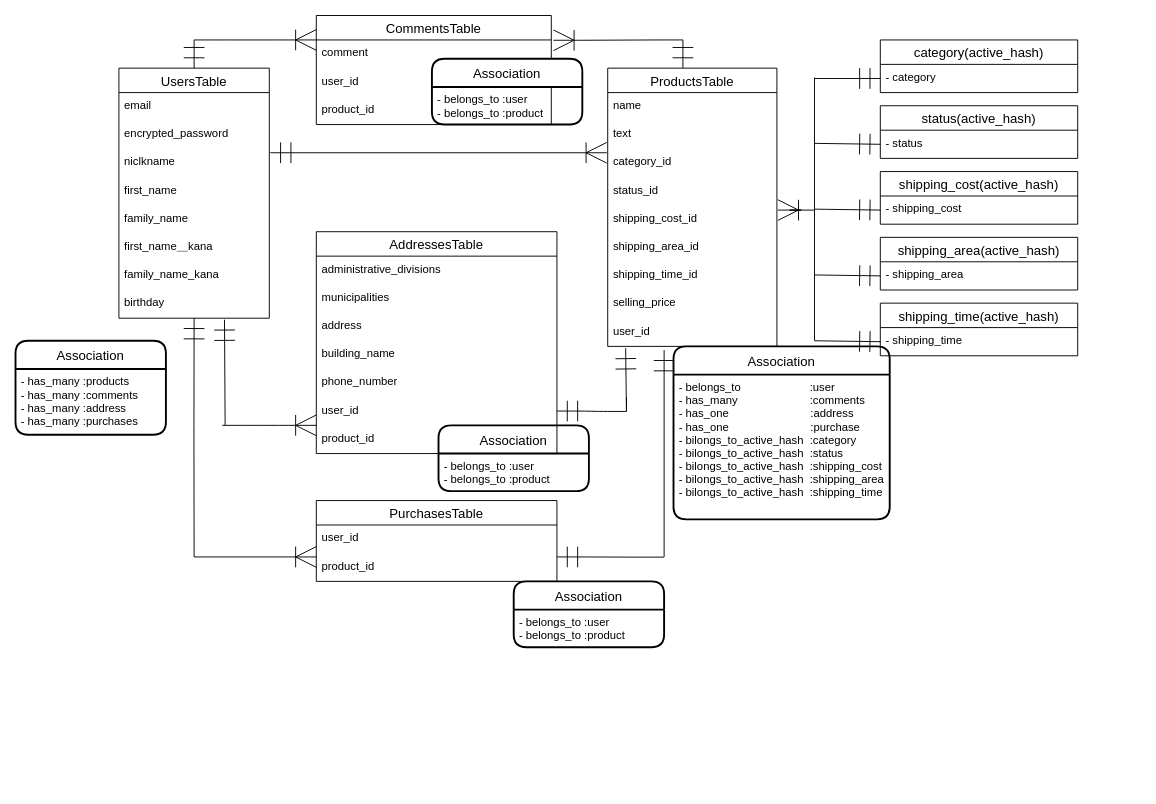
Before: ER.dio in wakachico/furima-36117, a draw.io diagram. Source tidied: cells renumbered, new cells numbered last; positions are measured from the earlier drawing's top-left corner, leaving out a move shared by most shapes. Both pictures are drawn from the tidied source at 94%, with x=0, y=0 at pixel (15, 15).
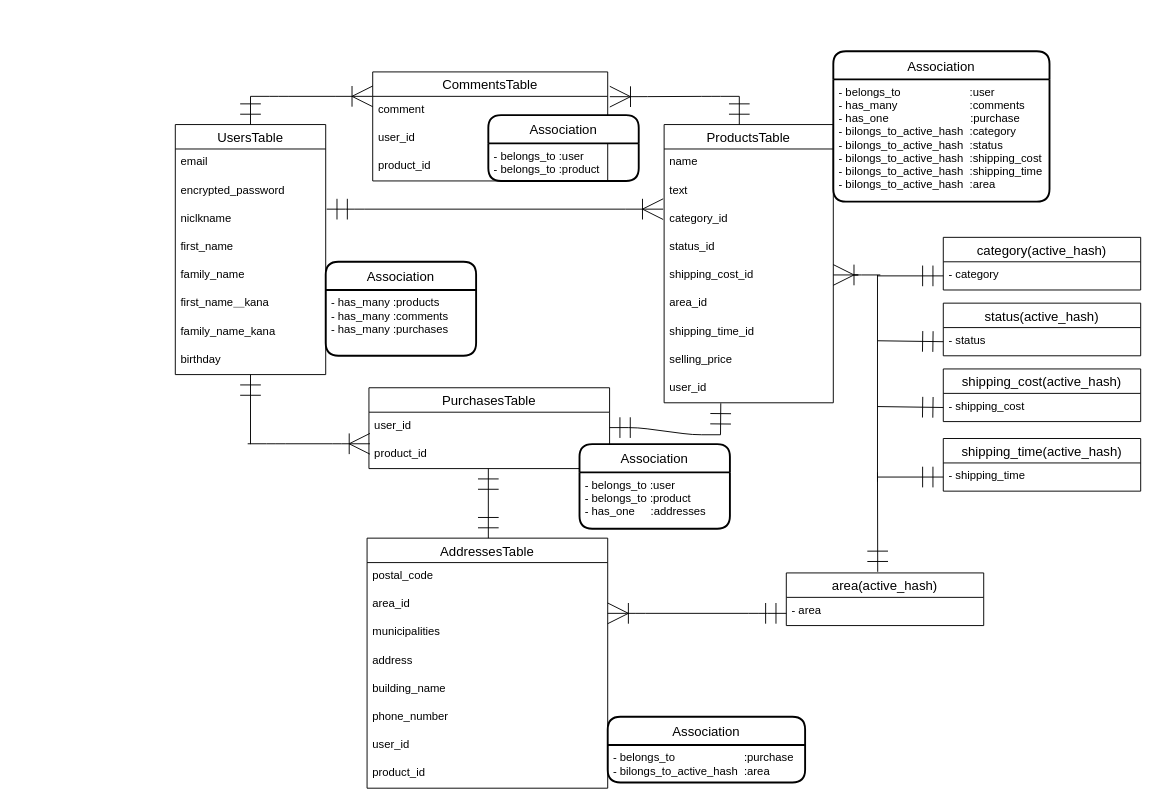
The same diagram, later.

Commit message (it also covers changes not shown here):
レビュー修正３

Unchanged cells that the change refers to:
```xml
<mxCell id="10" value="birthday" style="text;strokeColor=none;fillColor=none;spacingLeft=4;spacingRight=4;overflow=hidden;points=[[0,0.5],[1,0.5]];portConstraint=eastwest;fontSize=12;" parent="2" vertex="1">
  <mxGeometry y="236" width="160" height="30" as="geometry" />
</mxCell>
<mxCell id="20" value="user_id" style="text;strokeColor=none;fillColor=none;spacingLeft=4;spacingRight=4;overflow=hidden;points=[[0,0.5],[1,0.5]];portConstraint=eastwest;fontSize=12;" parent="11" vertex="1">
  <mxGeometry y="266" width="180" height="30" as="geometry" />
</mxCell>
<mxCell id="30" value="comment" style="text;strokeColor=none;fillColor=none;spacingLeft=4;spacingRight=4;overflow=hidden;points=[[0,0.5],[1,0.5]];portConstraint=eastwest;fontSize=12;" parent="29" vertex="1">
  <mxGeometry y="26" width="250" height="30" as="geometry" />
</mxCell>
<mxCell id="60" value="- category" style="text;strokeColor=none;fillColor=none;spacingLeft=4;spacingRight=4;overflow=hidden;points=[[0,0.5],[1,0.5]];portConstraint=eastwest;fontSize=12;" parent="59" vertex="1">
  <mxGeometry y="26" width="210" height="30" as="geometry" />
</mxCell>
<mxCell id="62" value="- status" style="text;strokeColor=none;fillColor=none;spacingLeft=4;spacingRight=4;overflow=hidden;points=[[0,0.5],[1,0.5]];portConstraint=eastwest;fontSize=12;" parent="61" vertex="1">
  <mxGeometry y="26" width="210" height="30" as="geometry" />
</mxCell>
<mxCell id="64" value="- shipping_cost" style="text;strokeColor=none;fillColor=none;spacingLeft=4;spacingRight=4;overflow=hidden;points=[[0,0.5],[1,0.5]];portConstraint=eastwest;fontSize=12;" parent="63" vertex="1">
  <mxGeometry y="26" width="210" height="30" as="geometry" />
</mxCell>
<mxCell id="68" value="- shipping_time" style="text;strokeColor=none;fillColor=none;spacingLeft=4;spacingRight=4;overflow=hidden;points=[[0,0.5],[1,0.5]];portConstraint=eastwest;fontSize=12;" parent="67" vertex="1">
  <mxGeometry y="26" width="210" height="30" as="geometry" />
</mxCell>
```

Change to the diagram source:
```diff
@@
     <mxCell id="2" value="UsersTable" style="swimlane;fontStyle=0;horizontal=1;startSize=26;align=center;fontSize=14;verticalAlign=middle;" parent="1" vertex="1">
-      <mxGeometry x="110" y="56" width="160" height="266" as="geometry" />
+      <mxGeometry x="170" y="116" width="160" height="266" as="geometry" />
     </mxCell>
@@
     <mxCell id="11" value="ProductsTable" style="swimlane;fontStyle=0;horizontal=1;startSize=26;align=center;fontSize=14;" parent="1" vertex="1">
-      <mxGeometry x="630" y="56" width="180" height="296" as="geometry" />
+      <mxGeometry x="690" y="116" width="180" height="296" as="geometry" />
     </mxCell>
@@
-    <mxCell id="17" value="shipping_area_id" style="text;strokeColor=none;fillColor=none;spacingLeft=4;spacingRight=4;overflow=hidden;fontSize=12;" parent="11" vertex="1">
+    <mxCell id="17" value="area_id" style="text;strokeColor=none;fillColor=none;spacingLeft=4;spacingRight=4;overflow=hidden;fontSize=12;" parent="11" vertex="1">
       <mxGeometry y="176" width="180" height="30" as="geometry" />
     </mxCell>
@@
     <mxCell id="21" value="PurchasesTable" style="swimlane;fontStyle=0;horizontal=1;startSize=26;align=center;fontSize=14;" parent="1" vertex="1">
-      <mxGeometry x="320" y="516" width="256" height="86" as="geometry" />
+      <mxGeometry x="376" y="396" width="256" height="86" as="geometry" />
     </mxCell>
@@
     <mxCell id="24" style="edgeStyle=entityRelationEdgeStyle;fontSize=12;html=1;endArrow=ERoneToMany;startArrow=ERmandOne;endSize=20;startSize=20;" parent="1" edge="1">
       <mxGeometry relative="1" as="geometry">
-        <mxPoint x="271" y="146" as="sourcePoint" />
-        <mxPoint x="629" y="146" as="targetPoint" />
+        <mxPoint x="331" y="206" as="sourcePoint" />
+        <mxPoint x="689" y="206" as="targetPoint" />
       </mxGeometry>
     </mxCell>
     <mxCell id="25" style="edgeStyle=entityRelationEdgeStyle;fontSize=12;html=1;endArrow=none;startSize=20;endSize=20;startArrow=ERmandOne;startFill=0;endFill=0;" parent="1" edge="1">
       <mxGeometry relative="1" as="geometry">
-        <mxPoint x="576" y="420.8" as="sourcePoint" />
-        <mxPoint x="650" y="421.2" as="targetPoint" />
+        <mxPoint x="632" y="438.4" as="sourcePoint" />
+        <mxPoint x="750" y="446" as="targetPoint" />
       </mxGeometry>
     </mxCell>
-    <mxCell id="26" style="edgeStyle=entityRelationEdgeStyle;fontSize=12;html=1;endArrow=ERoneToMany;startSize=20;endSize=20;" parent="1" edge="1">
-      <mxGeometry relative="1" as="geometry">
-        <mxPoint x="220" y="436" as="sourcePoint" />
-        <mxPoint x="320" y="436" as="targetPoint" />
-      </mxGeometry>
-    </mxCell>
-    <mxCell id="27" style="endArrow=none;html=1;fontSize=11;startSize=20;endSize=20;exitX=0.702;exitY=1.054;exitDx=0;exitDy=0;exitPerimeter=0;startArrow=ERmandOne;startFill=0;" parent="1" edge="1" source="10">
-      <mxGeometry relative="1" as="geometry">
-        <mxPoint x="223" y="436" as="targetPoint" />
-        <Array as="points">
-          <mxPoint x="223" y="436" />
-        </Array>
-      </mxGeometry>
-    </mxCell>
-    <mxCell id="28" style="endArrow=none;html=1;fontSize=11;startSize=20;endSize=20;startArrow=ERmandOne;startFill=0;exitX=0.106;exitY=1.067;exitDx=0;exitDy=0;exitPerimeter=0;" parent="1" edge="1" source="20">
+    <mxCell id="28" style="endArrow=none;html=1;fontSize=11;startSize=20;endSize=20;startArrow=ERmandOne;startFill=0;exitX=0.335;exitY=1.017;exitDx=0;exitDy=0;exitPerimeter=0;" parent="1" edge="1" source="20">
       <mxGeometry relative="1" as="geometry">
-        <mxPoint x="650" y="406" as="targetPoint" />
-        <Array as="points">
-          <mxPoint x="650" y="426" />
-        </Array>
+        <mxPoint x="750" y="446" as="targetPoint" />
       </mxGeometry>
     </mxCell>
     <mxCell id="29" value="CommentsTable" style="swimlane;fontStyle=0;horizontal=1;startSize=26;align=center;fontSize=14;" parent="1" vertex="1">
-      <mxGeometry x="320" width="250" height="116" as="geometry" />
+      <mxGeometry x="380" y="60" width="250" height="116" as="geometry" />
     </mxCell>
@@
     <mxCell id="33" style="edgeStyle=entityRelationEdgeStyle;fontSize=12;html=1;endArrow=ERoneToMany;startSize=20;endSize=20;" parent="1" edge="1">
       <mxGeometry relative="1" as="geometry">
-        <mxPoint x="190" y="26" as="sourcePoint" />
-        <mxPoint x="320" y="26" as="targetPoint" />
+        <mxPoint x="250" y="86" as="sourcePoint" />
+        <mxPoint x="380" y="86" as="targetPoint" />
       </mxGeometry>
     </mxCell>
     <mxCell id="34" style="endArrow=none;html=1;fontSize=11;startSize=20;endSize=20;exitX=0.5;exitY=0;exitDx=0;exitDy=0;startArrow=ERmandOne;startFill=0;" parent="1" edge="1" source="2">
       <mxGeometry relative="1" as="geometry">
-        <mxPoint x="190" y="26" as="targetPoint" />
+        <mxPoint x="250" y="86" as="targetPoint" />
       </mxGeometry>
     </mxCell>
     <mxCell id="35" style="edgeStyle=entityRelationEdgeStyle;fontSize=12;html=1;endArrow=none;startSize=20;endSize=20;startArrow=ERoneToMany;startFill=0;endFill=0;exitX=1.009;exitY=0.011;exitDx=0;exitDy=0;exitPerimeter=0;" parent="1" edge="1" source="30">
       <mxGeometry relative="1" as="geometry">
-        <mxPoint x="710" y="26" as="targetPoint" />
+        <mxPoint x="770" y="86" as="targetPoint" />
       </mxGeometry>
     </mxCell>
     <mxCell id="36" style="endArrow=none;html=1;fontSize=11;startSize=20;endSize=20;startArrow=ERmandOne;startFill=0;" parent="1" edge="1">
       <mxGeometry relative="1" as="geometry">
-        <mxPoint x="710" y="56" as="sourcePoint" />
-        <mxPoint x="710" y="26" as="targetPoint" />
+        <mxPoint x="770" y="116" as="sourcePoint" />
+        <mxPoint x="770" y="86" as="targetPoint" />
       </mxGeometry>
     </mxCell>
     <mxCell id="37" value="Association" style="swimlane;horizontal=1;startSize=30;rounded=1;fontSize=14;fontStyle=0;strokeWidth=2;shadow=0;dashed=0;align=center;" parent="1" vertex="1">
-      <mxGeometry x="443" y="46" width="160" height="70" as="geometry" />
+      <mxGeometry x="503" y="106" width="160" height="70" as="geometry" />
     </mxCell>
@@
     <mxCell id="39" value="Association" style="swimlane;horizontal=1;startSize=30;rounded=1;fontSize=14;fontStyle=0;strokeWidth=2;shadow=0;dashed=0;align=center;" parent="1" vertex="1">
-      <mxGeometry y="346" width="160" height="100" as="geometry" />
+      <mxGeometry x="330" y="262" width="160" height="100" as="geometry" />
     </mxCell>
-    <mxCell id="40" value="- has_many :products&#10;- has_many :comments&#10;- has_many :address&#10;- has_many :purchases" style="align=left;strokeColor=none;fillColor=none;spacingLeft=4;fontSize=12;verticalAlign=top;" parent="39" vertex="1">
+    <mxCell id="40" value="- has_many :products&#10;- has_many :comments&#10;- has_many :purchases" style="align=left;strokeColor=none;fillColor=none;spacingLeft=4;fontSize=12;verticalAlign=top;" parent="39" vertex="1">
       <mxGeometry y="30" width="160" height="70" as="geometry" />
     </mxCell>
     <mxCell id="41" value="Association" style="swimlane;horizontal=1;startSize=30;rounded=1;fontSize=14;fontStyle=0;strokeWidth=2;shadow=0;dashed=0;align=center;" parent="1" vertex="1">
-      <mxGeometry x="700" y="352" width="230" height="184" as="geometry" />
+      <mxGeometry x="870" y="38" width="230" height="160" as="geometry" />
     </mxCell>
-    <mxCell id="42" value="- belongs_to                      :user&#10;- has_many                       :comments&#10;- has_one                          :address&#10;- has_one                          :purchase&#10;- bilongs_to_active_hash  :category&#10;- bilongs_to_active_hash  :status&#10;- bilongs_to_active_hash  :shipping_cost&#10;- bilongs_to_active_hash  :shipping_area&#10;- bilongs_to_active_hash  :shipping_time" style="align=left;strokeColor=none;fillColor=none;spacingLeft=4;fontSize=12;verticalAlign=top;fontStyle=0;" parent="41" vertex="1">
-      <mxGeometry y="30" width="230" height="154" as="geometry" />
+    <mxCell id="42" value="- belongs_to                      :user&#10;- has_many                       :comments&#10;- has_one                          :purchase&#10;- bilongs_to_active_hash  :category&#10;- bilongs_to_active_hash  :status&#10;- bilongs_to_active_hash  :shipping_cost&#10;- bilongs_to_active_hash  :shipping_time&#10;- bilongs_to_active_hash  :area" style="align=left;strokeColor=none;fillColor=none;spacingLeft=4;fontSize=12;verticalAlign=top;fontStyle=0;" parent="41" vertex="1">
+      <mxGeometry y="30" width="230" height="130" as="geometry" />
     </mxCell>
-    <mxCell id="43" value="Association" style="swimlane;horizontal=1;startSize=30;rounded=1;fontSize=14;fontStyle=0;strokeWidth=2;shadow=0;dashed=0;align=center;" parent="1" vertex="1">
-      <mxGeometry x="450" y="436" width="160" height="70" as="geometry" />
-    </mxCell>
-    <mxCell id="44" value="- belongs_to :user&#10;- belongs_to :product" style="align=left;strokeColor=none;fillColor=none;spacingLeft=4;fontSize=12;verticalAlign=top;" parent="43" vertex="1">
-      <mxGeometry y="30" width="160" height="40" as="geometry" />
-    </mxCell>
     <mxCell id="45" value="AddressesTable" style="swimlane;fontStyle=0;horizontal=1;startSize=26;align=center;fontSize=14;" parent="1" vertex="1">
-      <mxGeometry x="320" y="230" width="256" height="236" as="geometry" />
+      <mxGeometry x="374" y="556" width="256" height="266" as="geometry" />
     </mxCell>
+    <mxCell id="76" value="postal_code" style="text;strokeColor=none;fillColor=none;spacingLeft=4;spacingRight=4;overflow=hidden;fontSize=12;" parent="45" vertex="1">
+      <mxGeometry y="26" width="256" height="30" as="geometry" />
+    </mxCell>
-    <mxCell id="46" value="administrative_divisions" style="text;strokeColor=none;fillColor=none;spacingLeft=4;spacingRight=4;overflow=hidden;fontSize=12;" parent="45" vertex="1">
-      <mxGeometry y="26" width="256" height="30" as="geometry" />
+    <mxCell id="46" value="area_id" style="text;strokeColor=none;fillColor=none;spacingLeft=4;spacingRight=4;overflow=hidden;fontSize=12;" parent="45" vertex="1">
+      <mxGeometry y="56" width="256" height="30" as="geometry" />
     </mxCell>
     <mxCell id="47" value="municipalities" style="text;strokeColor=none;fillColor=none;spacingLeft=4;spacingRight=4;overflow=hidden;fontSize=12;" parent="45" vertex="1">
-      <mxGeometry y="56" width="256" height="30" as="geometry" />
+      <mxGeometry y="86" width="256" height="30" as="geometry" />
     </mxCell>
     <mxCell id="48" value="address " style="text;strokeColor=none;fillColor=none;spacingLeft=4;spacingRight=4;overflow=hidden;fontSize=12;" parent="45" vertex="1">
-      <mxGeometry y="86" width="256" height="30" as="geometry" />
+      <mxGeometry y="116" width="256" height="30" as="geometry" />
     </mxCell>
     <mxCell id="49" value="building_name" style="text;strokeColor=none;fillColor=none;spacingLeft=4;spacingRight=4;overflow=hidden;fontSize=12;" parent="45" vertex="1">
-      <mxGeometry y="116" width="256" height="30" as="geometry" />
+      <mxGeometry y="146" width="256" height="30" as="geometry" />
     </mxCell>
     <mxCell id="50" value="phone_number" style="text;strokeColor=none;fillColor=none;spacingLeft=4;spacingRight=4;overflow=hidden;fontSize=12;" parent="45" vertex="1">
-      <mxGeometry y="146" width="256" height="30" as="geometry" />
+      <mxGeometry y="176" width="256" height="30" as="geometry" />
     </mxCell>
     <mxCell id="51" value="user_id" style="text;strokeColor=none;fillColor=none;spacingLeft=4;spacingRight=4;overflow=hidden;fontSize=12;" parent="45" vertex="1">
-      <mxGeometry y="176" width="256" height="30" as="geometry" />
+      <mxGeometry y="206" width="256" height="30" as="geometry" />
     </mxCell>
     <mxCell id="52" value="product_id" style="text;strokeColor=none;fillColor=none;spacingLeft=4;spacingRight=4;overflow=hidden;fontSize=12;" parent="45" vertex="1">
-      <mxGeometry y="206" width="256" height="30" as="geometry" />
+      <mxGeometry y="236" width="256" height="30" as="geometry" />
     </mxCell>
-    <mxCell id="53" style="endArrow=none;html=1;fontSize=11;startSize=20;endSize=20;startArrow=ERmandOne;startFill=0;" parent="1" edge="1">
-      <mxGeometry relative="1" as="geometry">
-        <mxPoint x="690" y="356" as="sourcePoint" />
-        <mxPoint x="690" y="576" as="targetPoint" />
-        <Array as="points">
-          <mxPoint x="690" y="446" />
-        </Array>
-      </mxGeometry>
-    </mxCell>
-    <mxCell id="54" style="edgeStyle=entityRelationEdgeStyle;fontSize=12;html=1;endArrow=none;startSize=20;endSize=20;startArrow=ERmandOne;startFill=0;endFill=0;" parent="1" edge="1">
-      <mxGeometry relative="1" as="geometry">
-        <mxPoint x="576" y="576" as="sourcePoint" />
-        <mxPoint x="690" y="576.2" as="targetPoint" />
-      </mxGeometry>
-    </mxCell>
     <mxCell id="55" style="endArrow=none;html=1;fontSize=11;startSize=20;endSize=20;startArrow=ERmandOne;startFill=0;exitX=0.5;exitY=1;exitDx=0;exitDy=0;" parent="1" edge="1" source="2">
       <mxGeometry relative="1" as="geometry">
-        <mxPoint x="190" y="576" as="targetPoint" />
-        <Array as="points">
-          <mxPoint x="189.8" y="445" />
-        </Array>
+        <mxPoint x="250" y="456" as="targetPoint" />
       </mxGeometry>
     </mxCell>
     <mxCell id="56" style="edgeStyle=entityRelationEdgeStyle;fontSize=12;html=1;endArrow=ERoneToMany;startSize=20;endSize=20;" parent="1" edge="1">
       <mxGeometry relative="1" as="geometry">
-        <mxPoint x="190" y="576" as="sourcePoint" />
-        <mxPoint x="320" y="576" as="targetPoint" />
+        <mxPoint x="247" y="455.6" as="sourcePoint" />
+        <mxPoint x="377" y="455.6" as="targetPoint" />
       </mxGeometry>
     </mxCell>
     <mxCell id="57" value="Association" style="swimlane;horizontal=1;startSize=30;rounded=1;fontSize=14;fontStyle=0;strokeWidth=2;shadow=0;dashed=0;align=center;" parent="1" vertex="1">
-      <mxGeometry x="530" y="602" width="160" height="70" as="geometry" />
+      <mxGeometry x="600" y="456" width="160" height="90" as="geometry" />
     </mxCell>
-    <mxCell id="58" value="- belongs_to :user&#10;- belongs_to :product" style="align=left;strokeColor=none;fillColor=none;spacingLeft=4;fontSize=12;verticalAlign=top;" parent="57" vertex="1">
-      <mxGeometry y="30" width="160" height="40" as="geometry" />
+    <mxCell id="58" value="- belongs_to :user&#10;- belongs_to :product&#10;- has_one     :addresses" style="align=left;strokeColor=none;fillColor=none;spacingLeft=4;fontSize=12;verticalAlign=top;" parent="57" vertex="1">
+      <mxGeometry y="30" width="160" height="60" as="geometry" />
     </mxCell>
     <mxCell id="59" value="category(active_hash)" style="swimlane;fontStyle=0;horizontal=1;startSize=26;align=center;fontSize=14;" parent="1" vertex="1">
-      <mxGeometry x="920" y="26" width="210" height="56" as="geometry" />
+      <mxGeometry x="987" y="236" width="210" height="56" as="geometry" />
     </mxCell>
@@
     <mxCell id="61" value="status(active_hash)" style="swimlane;fontStyle=0;horizontal=1;startSize=26;align=center;fontSize=14;" parent="1" vertex="1">
-      <mxGeometry x="920" y="96" width="210" height="56" as="geometry" />
+      <mxGeometry x="987" y="306" width="210" height="56" as="geometry" />
     </mxCell>
@@
     <mxCell id="63" value="shipping_cost(active_hash)" style="swimlane;fontStyle=0;horizontal=1;startSize=26;align=center;fontSize=14;" parent="1" vertex="1">
-      <mxGeometry x="920" y="166" width="210" height="56" as="geometry" />
+      <mxGeometry x="987" y="376" width="210" height="56" as="geometry" />
     </mxCell>
@@
-    <mxCell id="65" value="shipping_area(active_hash)" style="swimlane;fontStyle=0;horizontal=1;startSize=26;align=center;fontSize=14;" parent="1" vertex="1">
-      <mxGeometry x="920" y="236" width="210" height="56" as="geometry" />
+    <mxCell id="65" value="area(active_hash)" style="swimlane;fontStyle=0;horizontal=1;startSize=26;align=center;fontSize=14;" parent="1" vertex="1">
+      <mxGeometry x="820" y="593" width="210" height="56" as="geometry" />
     </mxCell>
-    <mxCell id="66" value="- shipping_area" style="text;strokeColor=none;fillColor=none;spacingLeft=4;spacingRight=4;overflow=hidden;points=[[0,0.5],[1,0.5]];portConstraint=eastwest;fontSize=12;" parent="65" vertex="1">
+    <mxCell id="66" value="- area" style="text;strokeColor=none;fillColor=none;spacingLeft=4;spacingRight=4;overflow=hidden;points=[[0,0.5],[1,0.5]];portConstraint=eastwest;fontSize=12;" parent="65" vertex="1">
       <mxGeometry y="26" width="210" height="30" as="geometry" />
     </mxCell>
     <mxCell id="67" value="shipping_time(active_hash)" style="swimlane;fontStyle=0;horizontal=1;startSize=26;align=center;fontSize=14;" parent="1" vertex="1">
-      <mxGeometry x="920" y="306" width="210" height="56" as="geometry" />
+      <mxGeometry x="987" y="450" width="210" height="56" as="geometry" />
     </mxCell>
@@
     <mxCell id="69" style="endArrow=none;html=1;fontSize=11;startSize=20;endSize=20;startArrow=ERmandOne;startFill=0;exitX=0;exitY=0.5;exitDx=0;exitDy=0;" parent="1" edge="1" source="60">
       <mxGeometry relative="1" as="geometry">
-        <mxPoint x="850" y="67" as="targetPoint" />
+        <mxPoint x="917" y="277" as="targetPoint" />
       </mxGeometry>
     </mxCell>
     <mxCell id="70" style="endArrow=none;html=1;fontSize=11;startSize=20;endSize=20;startArrow=ERmandOne;startFill=0;exitX=0;exitY=0.5;exitDx=0;exitDy=0;" parent="1" edge="1" source="62">
       <mxGeometry relative="1" as="geometry">
-        <mxPoint x="850" y="136" as="targetPoint" />
+        <mxPoint x="917" y="346" as="targetPoint" />
       </mxGeometry>
     </mxCell>
     <mxCell id="71" style="endArrow=none;html=1;fontSize=11;startSize=20;endSize=20;startArrow=ERmandOne;startFill=0;exitX=0;exitY=0.5;exitDx=0;exitDy=0;" parent="1" edge="1" source="64">
       <mxGeometry relative="1" as="geometry">
-        <mxPoint x="850" y="206" as="targetPoint" />
+        <mxPoint x="917" y="416" as="targetPoint" />
       </mxGeometry>
     </mxCell>
-    <mxCell id="72" style="endArrow=none;html=1;fontSize=11;startSize=20;endSize=20;startArrow=ERmandOne;startFill=0;exitX=0;exitY=0.5;exitDx=0;exitDy=0;" parent="1" edge="1" source="66">
+    <mxCell id="72" style="endArrow=none;html=1;fontSize=11;startSize=20;endSize=20;startArrow=ERmandOne;startFill=0;exitX=0.463;exitY=-0.021;exitDx=0;exitDy=0;exitPerimeter=0;" parent="1" edge="1" source="65">
       <mxGeometry relative="1" as="geometry">
-        <mxPoint x="850" y="276" as="targetPoint" />
+        <mxPoint x="917" y="486" as="targetPoint" />
       </mxGeometry>
     </mxCell>
     <mxCell id="73" style="endArrow=none;html=1;fontSize=11;startSize=20;endSize=20;startArrow=ERmandOne;startFill=0;exitX=0;exitY=0.5;exitDx=0;exitDy=0;" parent="1" edge="1" source="68">
       <mxGeometry relative="1" as="geometry">
-        <mxPoint x="850" y="346" as="targetPoint" />
+        <mxPoint x="917" y="491" as="targetPoint" />
       </mxGeometry>
     </mxCell>
     <mxCell id="74" style="endArrow=none;html=1;rounded=0;fontSize=11;startSize=20;endSize=20;" parent="1" edge="1">
       <mxGeometry relative="1" as="geometry">
-        <mxPoint x="850" y="346" as="sourcePoint" />
-        <mxPoint x="850" y="66" as="targetPoint" />
+        <mxPoint x="917" y="496" as="sourcePoint" />
+        <mxPoint x="917" y="276" as="targetPoint" />
       </mxGeometry>
     </mxCell>
     <mxCell id="75" style="edgeStyle=entityRelationEdgeStyle;fontSize=12;html=1;endArrow=none;startSize=20;endSize=20;startArrow=ERoneToMany;startFill=0;endFill=0;" parent="1" edge="1">
       <mxGeometry relative="1" as="geometry">
-        <mxPoint x="811" y="207" as="sourcePoint" />
-        <mxPoint x="850" y="207" as="targetPoint" />
+        <mxPoint x="870" y="276" as="sourcePoint" />
+        <mxPoint x="920" y="276" as="targetPoint" />
       </mxGeometry>
     </mxCell>
+    <mxCell id="77" style="endArrow=ERmandOne;html=1;fontSize=11;startSize=20;endSize=20;startArrow=ERmandOne;startFill=0;exitX=0.5;exitY=1;exitDx=0;exitDy=0;endFill=0;" parent="1" edge="1">
+      <mxGeometry relative="1" as="geometry">
+        <mxPoint x="503" y="482" as="sourcePoint" />
+        <mxPoint x="503" y="556" as="targetPoint" />
+      </mxGeometry>
+    </mxCell>
+    <mxCell id="43" value="Association" style="swimlane;horizontal=1;startSize=30;rounded=1;fontSize=14;fontStyle=0;strokeWidth=2;shadow=0;dashed=0;align=center;" parent="1" vertex="1">
+      <mxGeometry x="630" y="746" width="210" height="70" as="geometry" />
+    </mxCell>
+    <mxCell id="44" value="- belongs_to                      :purchase&#10;- bilongs_to_active_hash  :area" style="align=left;strokeColor=none;fillColor=none;spacingLeft=4;fontSize=12;verticalAlign=top;" parent="43" vertex="1">
+      <mxGeometry y="30" width="210" height="40" as="geometry" />
+    </mxCell>
+    <mxCell id="78" style="edgeStyle=entityRelationEdgeStyle;fontSize=12;html=1;endArrow=ERmandOne;startArrow=ERoneToMany;endSize=20;startSize=20;startFill=0;endFill=0;" parent="1" edge="1">
+      <mxGeometry relative="1" as="geometry">
+        <mxPoint x="630" y="636" as="sourcePoint" />
+        <mxPoint x="820" y="636" as="targetPoint" />
+      </mxGeometry>
+    </mxCell>
```
